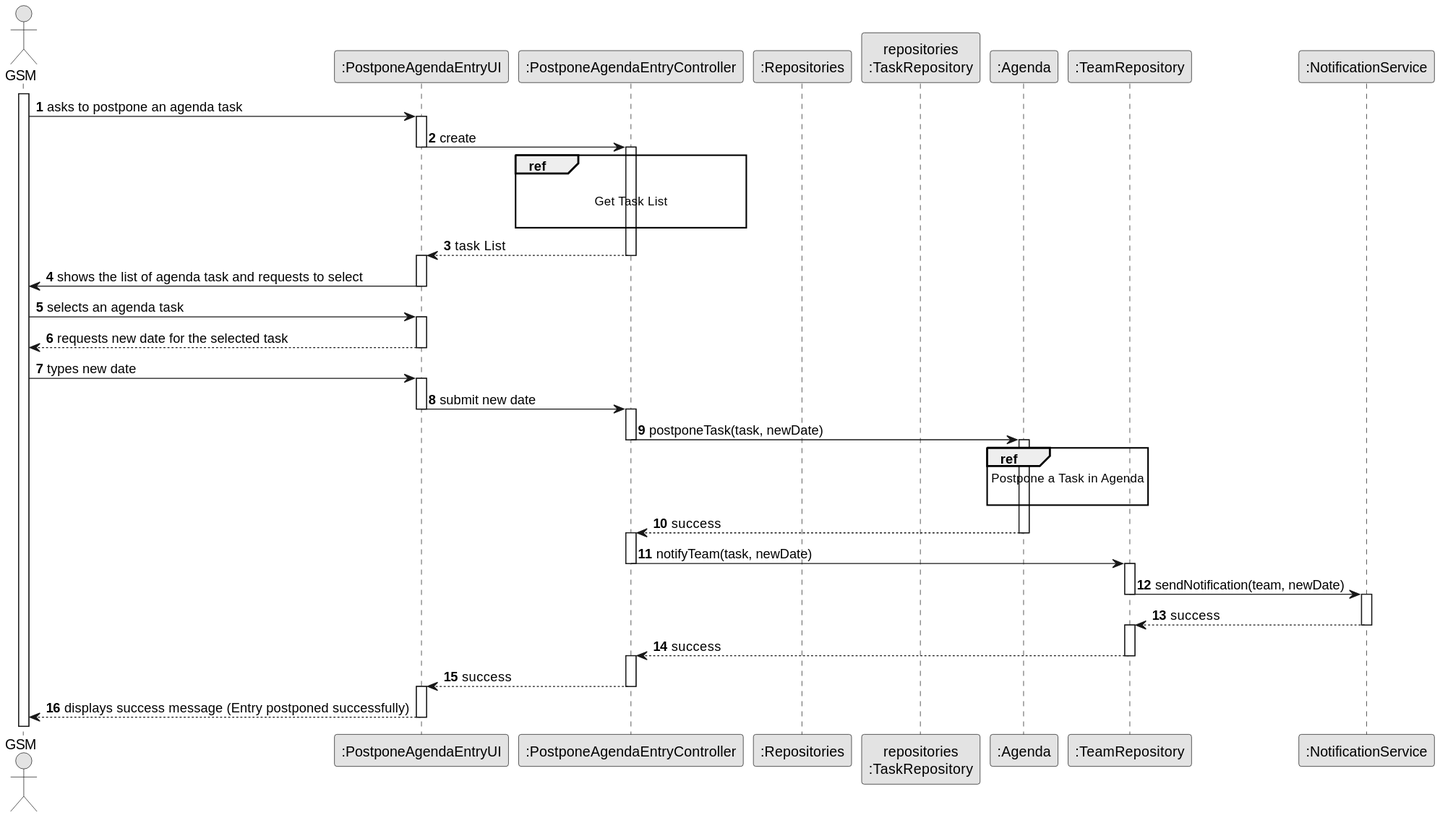
ricardomm7/leaflink keeps this PlantUML diagram as docs/sprintC/us024/03.design/svg/us024-sequence-diagram-split.svg. Above is the earlier version. The source it was exported from:
```plantuml
@startuml
skinparam monochrome true
skinparam packageStyle rectangle
skinparam shadowing false

autonumber

actor "GSM" as GSM
participant ":PostponeAgendaEntryUI" as UI
participant ":PostponeAgendaEntryController" as CTRL
participant ":Repositories" as RepositorySingleton
participant "repositories\n:TaskRepository" as TaskRepo
participant ":Agenda" as Agenda
participant ":TeamRepository" as TeamRepo
participant ":NotificationService" as NotificationService

activate GSM

    GSM -> UI : asks to postpone an agenda task
    activate UI

        UI -> CTRL : create
        deactivate UI
        activate CTRL

        ref over CTRL

            Get Task List

        end ref


            CTRL --> UI : task List
        deactivate CTRL
        activate UI

        UI -> GSM : shows the list of agenda task and requests to select
    deactivate UI

    GSM -> UI : selects an agenda task
    activate UI

        UI --> GSM : requests new date for the selected task
    deactivate UI

    GSM -> UI : types new date
    activate UI

        UI -> CTRL : submit new date
        deactivate UI
        activate CTRL

            CTRL -> Agenda : postponeTask(task, newDate)
            deactivate CTRL
            activate Agenda

        ref over Agenda
            Postpone a Task in Agenda

        end ref



            Agenda --> CTRL : success
            deactivate Agenda
            activate CTRL

            CTRL -> TeamRepo : notifyTeam(task, newDate)
            deactivate CTRL
            activate TeamRepo

                TeamRepo -> NotificationService : sendNotification(team, newDate)
                deactivate TeamRepo
                activate NotificationService

                    NotificationService --> TeamRepo : success
                deactivate NotificationService
                activate TeamRepo

            TeamRepo --> CTRL : success
            deactivate TeamRepo
            activate CTRL

            CTRL --> UI : success
        deactivate CTRL
        activate UI

        UI --> GSM : displays success message (Entry postponed successfully)
    deactivate UI
@enduml
```
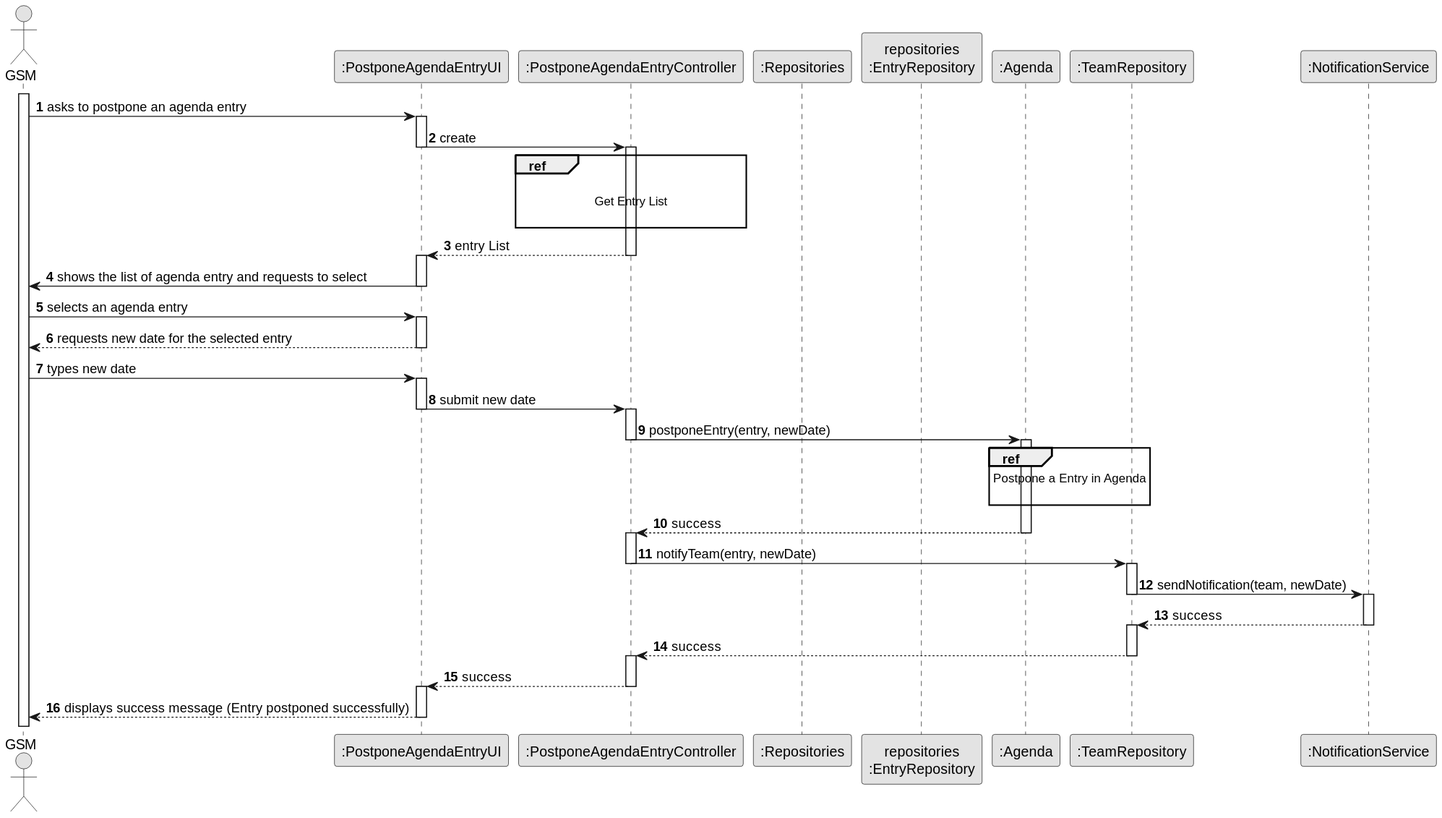
Later version of the same file.

Change to the diagram source:
```diff
@@ -9,14 +9,14 @@
 participant ":PostponeAgendaEntryUI" as UI
 participant ":PostponeAgendaEntryController" as CTRL
 participant ":Repositories" as RepositorySingleton
-participant "repositories\n:TaskRepository" as TaskRepo
+participant "repositories\n:EntryRepository" as EntryRepo
 participant ":Agenda" as Agenda
 participant ":TeamRepository" as TeamRepo
 participant ":NotificationService" as NotificationService
 
 activate GSM
 
-    GSM -> UI : asks to postpone an agenda task
+    GSM -> UI : asks to postpone an agenda entry
     activate UI
 
         UI -> CTRL : create
@@ -25,22 +25,22 @@
 
         ref over CTRL
 
-            Get Task List
+            Get Entry List
 
         end ref
 
 
-            CTRL --> UI : task List
+            CTRL --> UI : entry List
         deactivate CTRL
         activate UI
 
-        UI -> GSM : shows the list of agenda task and requests to select
+        UI -> GSM : shows the list of agenda entry and requests to select
     deactivate UI
 
-    GSM -> UI : selects an agenda task
+    GSM -> UI : selects an agenda entry
     activate UI
 
-        UI --> GSM : requests new date for the selected task
+        UI --> GSM : requests new date for the selected entry
     deactivate UI
 
     GSM -> UI : types new date
@@ -50,12 +50,12 @@
         deactivate UI
         activate CTRL
 
-            CTRL -> Agenda : postponeTask(task, newDate)
+            CTRL -> Agenda : postponeEntry(entry, newDate)
             deactivate CTRL
             activate Agenda
 
         ref over Agenda
-            Postpone a Task in Agenda
+            Postpone a Entry in Agenda
 
         end ref
 
@@ -65,7 +65,7 @@
             deactivate Agenda
             activate CTRL
 
-            CTRL -> TeamRepo : notifyTeam(task, newDate)
+            CTRL -> TeamRepo : notifyTeam(entry, newDate)
             deactivate CTRL
             activate TeamRepo
 
```
